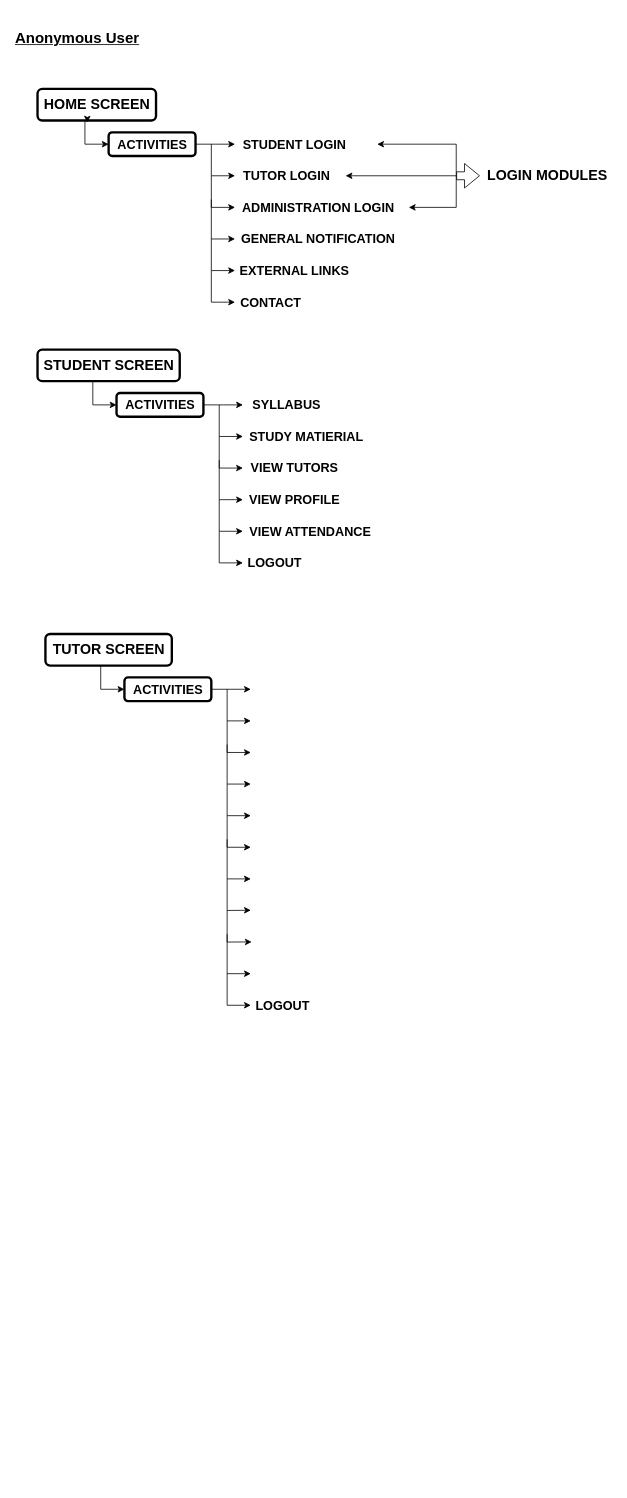
The draw.io diagram flowcharts/v1/Untitled Diagram.drawio in AcadEX-Edu/AcadEX-Android, before the edit. Source tidied: cells renumbered, new cells numbered last; positions are measured from the earlier drawing's top-left corner, leaving out a move shared by most shapes. Both pictures are drawn from the tidied source at 79%, with x=0, y=0 at pixel (13, 17).
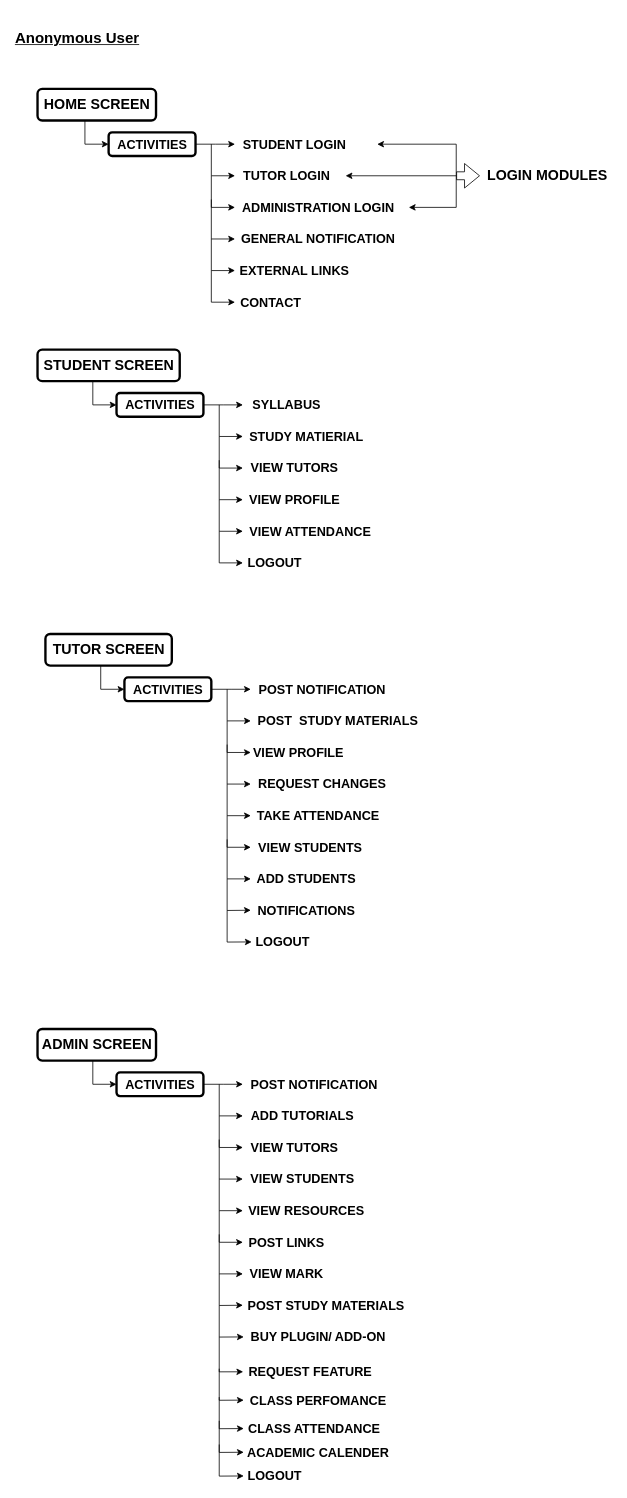
The same diagram, later.

The change refers to these unchanged cells:
```xml
<mxCell id="4" style="rounded=1;whiteSpace=wrap;html=1;strokeWidth=3;fillColor=none;" parent="1" vertex="1">
  <mxGeometry x="30" y="90" width="150" height="40" as="geometry" />
</mxCell>
```

Change to the diagram source:
```diff
@@
-    <mxCell id="41" style="edgeStyle=orthogonalEdgeStyle;rounded=0;orthogonalLoop=1;jettySize=auto;html=1;exitX=0.25;exitY=1;exitDx=0;exitDy=0;entryX=0.419;entryY=1.065;entryDx=0;entryDy=0;entryPerimeter=0;fontSize=16;" parent="1" edge="1" source="4" target="4">
-      <mxGeometry relative="1" as="geometry" />
-    </mxCell>
@@
-    <mxCell id="56" style="endArrow=classic;html=1;rounded=0;fontSize=16;" parent="1" edge="1">
-      <mxGeometry relative="1" as="geometry">
-        <mxPoint x="270" y="1160" as="sourcePoint" />
-        <mxPoint x="300" y="1210" as="targetPoint" />
-        <Array as="points">
-          <mxPoint x="270" y="1210" />
-        </Array>
-      </mxGeometry>
-    </mxCell>
-    <mxCell id="57" style="endArrow=classic;html=1;rounded=0;fontSize=16;" parent="1" edge="1">
-      <mxGeometry relative="1" as="geometry">
-        <mxPoint x="270" y="1210" as="sourcePoint" />
-        <mxPoint x="300" y="1250" as="targetPoint" />
-        <Array as="points">
-          <mxPoint x="270" y="1250" />
-        </Array>
-      </mxGeometry>
-    </mxCell>
     <mxCell id="58" value="&lt;span style=&quot;font-size: 16px&quot;&gt;&lt;b&gt;LOGOUT&lt;/b&gt;&lt;/span&gt;" style="text;html=1;align=center;verticalAlign=middle;strokeColor=none;fillColor=none;" parent="1" vertex="1">
-      <mxGeometry x="300" y="1240" width="80" height="20" as="geometry" />
+      <mxGeometry x="300" y="1160" width="80" height="20" as="geometry" />
     </mxCell>
+    <mxCell id="59" value="&lt;span style=&quot;font-size: 16px&quot;&gt;&lt;b&gt;POST NOTIFICATION&lt;/b&gt;&lt;/span&gt;" style="text;html=1;align=center;verticalAlign=middle;strokeColor=none;fillColor=none;" parent="1" vertex="1">
+      <mxGeometry x="300" y="840" width="180" height="20" as="geometry" />
+    </mxCell>
+    <mxCell id="60" value="&lt;span style=&quot;font-size: 16px&quot;&gt;&lt;b&gt;POST&amp;nbsp; STUDY MATERIALS&lt;/b&gt;&lt;/span&gt;" style="text;html=1;align=center;verticalAlign=middle;strokeColor=none;fillColor=none;" parent="1" vertex="1">
+      <mxGeometry x="300" y="880" width="220" height="20" as="geometry" />
+    </mxCell>
+    <mxCell id="61" value="&lt;span style=&quot;font-size: 16px&quot;&gt;&lt;b&gt;VIEW PROFILE&lt;/b&gt;&lt;/span&gt;" style="text;html=1;align=center;verticalAlign=middle;strokeColor=none;fillColor=none;" parent="1" vertex="1">
+      <mxGeometry x="295" y="920" width="130" height="20" as="geometry" />
+    </mxCell>
+    <mxCell id="62" value="&lt;span style=&quot;font-size: 16px&quot;&gt;&lt;b&gt;REQUEST CHANGES&lt;/b&gt;&lt;/span&gt;" style="text;html=1;align=center;verticalAlign=middle;strokeColor=none;fillColor=none;" parent="1" vertex="1">
+      <mxGeometry x="300" y="960" width="180" height="20" as="geometry" />
+    </mxCell>
+    <mxCell id="63" value="&lt;span style=&quot;font-size: 16px&quot;&gt;&lt;b&gt;TAKE ATTENDANCE&lt;/b&gt;&lt;/span&gt;" style="text;html=1;align=center;verticalAlign=middle;strokeColor=none;fillColor=none;" parent="1" vertex="1">
+      <mxGeometry x="300" y="1000" width="170" height="20" as="geometry" />
+    </mxCell>
+    <mxCell id="64" value="&lt;span style=&quot;font-size: 16px&quot;&gt;&lt;b&gt;VIEW STUDENTS&lt;/b&gt;&lt;/span&gt;" style="text;html=1;align=center;verticalAlign=middle;strokeColor=none;fillColor=none;" parent="1" vertex="1">
+      <mxGeometry x="300" y="1040" width="150" height="20" as="geometry" />
+    </mxCell>
+    <mxCell id="65" value="&lt;span style=&quot;font-size: 16px&quot;&gt;&lt;b&gt;ADD STUDENTS&lt;/b&gt;&lt;/span&gt;" style="text;html=1;align=center;verticalAlign=middle;strokeColor=none;fillColor=none;" parent="1" vertex="1">
+      <mxGeometry x="300" y="1080" width="140" height="20" as="geometry" />
+    </mxCell>
+    <mxCell id="66" value="&lt;span style=&quot;font-size: 16px&quot;&gt;&lt;b&gt;NOTIFICATIONS&lt;/b&gt;&lt;/span&gt;" style="text;html=1;align=center;verticalAlign=middle;strokeColor=none;fillColor=none;" parent="1" vertex="1">
+      <mxGeometry x="300" y="1120" width="140" height="20" as="geometry" />
+    </mxCell>
+    <mxCell id="67" style="edgeStyle=orthogonalEdgeStyle;rounded=0;jettySize=auto;html=1;fontSize=18;" parent="1" edge="1" source="68">
+      <mxGeometry relative="1" as="geometry">
+        <mxPoint x="130" y="1350" as="targetPoint" />
+        <Array as="points">
+          <mxPoint x="100" y="1350" />
+        </Array>
+      </mxGeometry>
+    </mxCell>
+    <mxCell id="68" style="rounded=1;whiteSpace=wrap;html=1;strokeWidth=3;fillColor=none;" parent="1" vertex="1">
+      <mxGeometry x="30" y="1280" width="150" height="40" as="geometry" />
+    </mxCell>
+    <mxCell id="69" value="&lt;font style=&quot;font-size: 18px&quot;&gt;&lt;b&gt;ADMIN SCREEN&lt;/b&gt;&lt;/font&gt;" style="text;html=1;align=center;verticalAlign=middle;strokeColor=none;fillColor=none;" parent="1" vertex="1">
+      <mxGeometry x="30" y="1290" width="150" height="20" as="geometry" />
+    </mxCell>
+    <mxCell id="70" style="edgeStyle=orthogonalEdgeStyle;rounded=0;jettySize=auto;html=1;fontSize=16;" parent="1" edge="1" source="71">
+      <mxGeometry relative="1" as="geometry">
+        <mxPoint x="290" y="1350" as="targetPoint" />
+      </mxGeometry>
+    </mxCell>
+    <mxCell id="71" style="rounded=1;whiteSpace=wrap;html=1;strokeWidth=3;fillColor=none;" parent="1" vertex="1">
+      <mxGeometry x="130" y="1335" width="110" height="30" as="geometry" />
+    </mxCell>
+    <mxCell id="72" value="&lt;b style=&quot;font-size: 16px&quot;&gt;ACTIVITIES&lt;/b&gt;" style="text;html=1;align=center;verticalAlign=middle;strokeColor=none;fillColor=none;" parent="1" vertex="1">
+      <mxGeometry x="135" y="1340" width="100" height="20" as="geometry" />
+    </mxCell>
+    <mxCell id="73" style="endArrow=classic;html=1;rounded=0;fontSize=16;" parent="1" edge="1">
+      <mxGeometry relative="1" as="geometry">
+        <mxPoint x="260" y="1350" as="sourcePoint" />
+        <mxPoint x="290" y="1390" as="targetPoint" />
+        <Array as="points">
+          <mxPoint x="260" y="1390" />
+        </Array>
+      </mxGeometry>
+    </mxCell>
+    <mxCell id="74" style="endArrow=classic;html=1;rounded=0;fontSize=16;" parent="1" edge="1">
+      <mxGeometry relative="1" as="geometry">
+        <mxPoint x="260" y="1390" as="sourcePoint" />
+        <mxPoint x="290" y="1430" as="targetPoint" />
+        <Array as="points">
+          <mxPoint x="260" y="1430" />
+        </Array>
+      </mxGeometry>
+    </mxCell>
+    <mxCell id="75" style="endArrow=classic;html=1;rounded=0;fontSize=16;" parent="1" edge="1">
+      <mxGeometry relative="1" as="geometry">
+        <mxPoint x="260" y="1420" as="sourcePoint" />
+        <mxPoint x="290" y="1470" as="targetPoint" />
+        <Array as="points">
+          <mxPoint x="260" y="1470" />
+        </Array>
+      </mxGeometry>
+    </mxCell>
+    <mxCell id="76" style="endArrow=classic;html=1;rounded=0;fontSize=16;" parent="1" edge="1">
+      <mxGeometry relative="1" as="geometry">
+        <mxPoint x="260" y="1470" as="sourcePoint" />
+        <mxPoint x="290" y="1510" as="targetPoint" />
+        <Array as="points">
+          <mxPoint x="260" y="1510" />
+        </Array>
+      </mxGeometry>
+    </mxCell>
+    <mxCell id="77" style="endArrow=classic;html=1;rounded=0;fontSize=16;" parent="1" edge="1">
+      <mxGeometry relative="1" as="geometry">
+        <mxPoint x="260" y="1510" as="sourcePoint" />
+        <mxPoint x="290" y="1550" as="targetPoint" />
+        <Array as="points">
+          <mxPoint x="260" y="1550" />
+        </Array>
+      </mxGeometry>
+    </mxCell>
+    <mxCell id="78" style="endArrow=classic;html=1;rounded=0;fontSize=16;" parent="1" edge="1">
+      <mxGeometry relative="1" as="geometry">
+        <mxPoint x="260" y="1540" as="sourcePoint" />
+        <mxPoint x="290" y="1590" as="targetPoint" />
+        <Array as="points">
+          <mxPoint x="260" y="1590" />
+        </Array>
+      </mxGeometry>
+    </mxCell>
+    <mxCell id="79" style="endArrow=classic;html=1;rounded=0;fontSize=16;entryX=0.008;entryY=0.488;entryDx=0;entryDy=0;entryPerimeter=0;" parent="1" edge="1">
+      <mxGeometry relative="1" as="geometry">
+        <mxPoint x="260" y="1630" as="sourcePoint" />
+        <mxPoint x="291.1" y="1669.8" as="targetPoint" />
+        <Array as="points">
+          <mxPoint x="260" y="1670" />
+        </Array>
+      </mxGeometry>
+    </mxCell>
+    <mxCell id="80" style="endArrow=classic;html=1;rounded=0;fontSize=16;" parent="1" edge="1">
+      <mxGeometry relative="1" as="geometry">
+        <mxPoint x="260" y="1590" as="sourcePoint" />
+        <mxPoint x="290" y="1629.7" as="targetPoint" />
+        <Array as="points">
+          <mxPoint x="260" y="1630" />
+        </Array>
+      </mxGeometry>
+    </mxCell>
+    <mxCell id="81" value="&lt;span style=&quot;font-size: 16px&quot;&gt;&lt;b&gt;BUY PLUGIN/ ADD-ON&lt;/b&gt;&lt;/span&gt;" style="text;html=1;align=center;verticalAlign=middle;strokeColor=none;fillColor=none;" parent="1" vertex="1">
+      <mxGeometry x="290" y="1660" width="190" height="20" as="geometry" />
+    </mxCell>
+    <mxCell id="82" value="&lt;span style=&quot;font-size: 16px&quot;&gt;&lt;b&gt;POST NOTIFICATION&lt;/b&gt;&lt;/span&gt;" style="text;html=1;align=center;verticalAlign=middle;strokeColor=none;fillColor=none;" parent="1" vertex="1">
+      <mxGeometry x="290" y="1340" width="180" height="20" as="geometry" />
+    </mxCell>
+    <mxCell id="83" value="&lt;span style=&quot;font-size: 16px&quot;&gt;&lt;b&gt;ADD TUTORIALS&lt;/b&gt;&lt;/span&gt;" style="text;html=1;align=center;verticalAlign=middle;strokeColor=none;fillColor=none;" parent="1" vertex="1">
+      <mxGeometry x="290" y="1380" width="150" height="20" as="geometry" />
+    </mxCell>
+    <mxCell id="84" value="&lt;span style=&quot;font-size: 16px&quot;&gt;&lt;b&gt;VIEW TUTORS&lt;/b&gt;&lt;/span&gt;" style="text;html=1;align=center;verticalAlign=middle;strokeColor=none;fillColor=none;" parent="1" vertex="1">
+      <mxGeometry x="290" y="1420" width="130" height="20" as="geometry" />
+    </mxCell>
+    <mxCell id="85" value="&lt;span style=&quot;font-size: 16px&quot;&gt;&lt;b&gt;VIEW STUDENTS&lt;/b&gt;&lt;/span&gt;" style="text;html=1;align=center;verticalAlign=middle;strokeColor=none;fillColor=none;" parent="1" vertex="1">
+      <mxGeometry x="290" y="1460" width="150" height="20" as="geometry" />
+    </mxCell>
+    <mxCell id="86" value="&lt;span style=&quot;font-size: 16px&quot;&gt;&lt;b&gt;VIEW RESOURCES&lt;/b&gt;&lt;/span&gt;" style="text;html=1;align=center;verticalAlign=middle;strokeColor=none;fillColor=none;" parent="1" vertex="1">
+      <mxGeometry x="290" y="1500" width="160" height="20" as="geometry" />
+    </mxCell>
+    <mxCell id="87" value="&lt;span style=&quot;font-size: 16px&quot;&gt;&lt;b&gt;POST LINKS&lt;/b&gt;&lt;/span&gt;" style="text;html=1;align=center;verticalAlign=middle;strokeColor=none;fillColor=none;" parent="1" vertex="1">
+      <mxGeometry x="290" y="1540" width="110" height="20" as="geometry" />
+    </mxCell>
+    <mxCell id="88" value="&lt;span style=&quot;font-size: 16px&quot;&gt;&lt;b&gt;VIEW MARK&lt;/b&gt;&lt;/span&gt;" style="text;html=1;align=center;verticalAlign=middle;strokeColor=none;fillColor=none;" parent="1" vertex="1">
+      <mxGeometry x="290" y="1580" width="110" height="20" as="geometry" />
+    </mxCell>
+    <mxCell id="89" value="&lt;span style=&quot;font-size: 16px&quot;&gt;&lt;b&gt;POST STUDY MATERIALS&lt;/b&gt;&lt;/span&gt;" style="text;html=1;align=center;verticalAlign=middle;strokeColor=none;fillColor=none;" parent="1" vertex="1">
+      <mxGeometry x="290" y="1620" width="210" height="20" as="geometry" />
+    </mxCell>
+    <mxCell id="90" style="endArrow=classic;html=1;rounded=0;fontSize=16;entryX=0.008;entryY=0.488;entryDx=0;entryDy=0;entryPerimeter=0;" parent="1" edge="1">
+      <mxGeometry relative="1" as="geometry">
+        <mxPoint x="260" y="1710" as="sourcePoint" />
+        <mxPoint x="291.1" y="1749.8" as="targetPoint" />
+        <Array as="points">
+          <mxPoint x="260" y="1750" />
+        </Array>
+      </mxGeometry>
+    </mxCell>
+    <mxCell id="91" style="endArrow=classic;html=1;rounded=0;fontSize=16;entryX=0.002;entryY=0.498;entryDx=0;entryDy=0;entryPerimeter=0;" parent="1" edge="1" target="93">
+      <mxGeometry relative="1" as="geometry">
+        <mxPoint x="260" y="1670" as="sourcePoint" />
+        <Array as="points">
+          <mxPoint x="260" y="1714" />
+        </Array>
+      </mxGeometry>
+    </mxCell>
+    <mxCell id="92" value="&lt;span style=&quot;font-size: 16px&quot;&gt;&lt;b&gt;CLASS PERFOMANCE&lt;/b&gt;&lt;/span&gt;" style="text;html=1;align=center;verticalAlign=middle;strokeColor=none;fillColor=none;" parent="1" vertex="1">
+      <mxGeometry x="290" y="1740" width="190" height="20" as="geometry" />
+    </mxCell>
+    <mxCell id="93" value="&lt;span style=&quot;font-size: 16px&quot;&gt;&lt;b&gt;REQUEST FEATURE&lt;/b&gt;&lt;/span&gt;" style="text;html=1;align=center;verticalAlign=middle;points=[];strokeColor=none;fillColor=none;" parent="1" vertex="1">
+      <mxGeometry x="290" y="1704" width="170" height="20" as="geometry" />
+    </mxCell>
+    <mxCell id="94" style="endArrow=classic;html=1;rounded=0;fontSize=16;entryX=0.008;entryY=0.488;entryDx=0;entryDy=0;entryPerimeter=0;" parent="1" edge="1">
+      <mxGeometry relative="1" as="geometry">
+        <mxPoint x="260" y="1746" as="sourcePoint" />
+        <mxPoint x="291.1" y="1785.8" as="targetPoint" />
+        <Array as="points">
+          <mxPoint x="260" y="1786" />
+        </Array>
+      </mxGeometry>
+    </mxCell>
+    <mxCell id="95" value="&lt;span style=&quot;font-size: 16px&quot;&gt;&lt;b&gt;CLASS ATTENDANCE&lt;/b&gt;&lt;/span&gt;" style="text;html=1;align=center;verticalAlign=middle;strokeColor=none;fillColor=none;" parent="1" vertex="1">
+      <mxGeometry x="290" y="1776" width="180" height="20" as="geometry" />
+    </mxCell>
+    <mxCell id="96" style="endArrow=classic;html=1;rounded=0;fontSize=16;entryX=0.008;entryY=0.488;entryDx=0;entryDy=0;entryPerimeter=0;" parent="1" edge="1">
+      <mxGeometry relative="1" as="geometry">
+        <mxPoint x="260" y="1776" as="sourcePoint" />
+        <mxPoint x="291.1" y="1815.8" as="targetPoint" />
+        <Array as="points">
+          <mxPoint x="260" y="1816" />
+        </Array>
+      </mxGeometry>
+    </mxCell>
+    <mxCell id="97" value="&lt;span style=&quot;font-size: 16px&quot;&gt;&lt;b&gt;ACADEMIC CALENDER&lt;/b&gt;&lt;/span&gt;" style="text;html=1;align=center;verticalAlign=middle;strokeColor=none;fillColor=none;" parent="1" vertex="1">
+      <mxGeometry x="290" y="1806" width="190" height="20" as="geometry" />
+    </mxCell>
+    <mxCell id="98" style="endArrow=classic;html=1;rounded=0;fontSize=16;entryX=0.008;entryY=0.488;entryDx=0;entryDy=0;entryPerimeter=0;" parent="1" edge="1">
+      <mxGeometry relative="1" as="geometry">
+        <mxPoint x="260" y="1806" as="sourcePoint" />
+        <mxPoint x="291.1" y="1845.8" as="targetPoint" />
+        <Array as="points">
+          <mxPoint x="260" y="1846" />
+        </Array>
+      </mxGeometry>
+    </mxCell>
+    <mxCell id="99" value="&lt;span style=&quot;font-size: 16px&quot;&gt;&lt;b&gt;LOGOUT&lt;/b&gt;&lt;/span&gt;" style="text;html=1;align=center;verticalAlign=middle;strokeColor=none;fillColor=none;" parent="1" vertex="1">
+      <mxGeometry x="290" y="1836" width="80" height="20" as="geometry" />
+    </mxCell>
```
